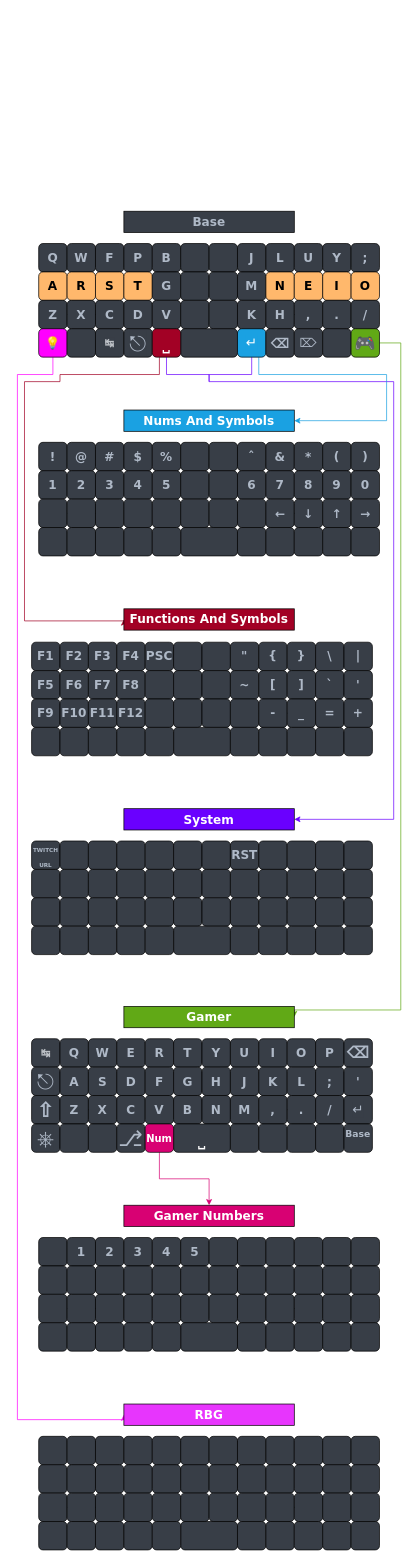
joaopedropio/joaopedropio.github.io keeps this draw.io diagram as bm40_layout_diagram.drawio. Above is the earlier version. Source tidied: cells renumbered, new cells numbered last; positions are measured from the earlier drawing's top-left corner, leaving out a move shared by most shapes. Both pictures are drawn from the tidied source at 71%, with x=0, y=0 at pixel (-523, 211).
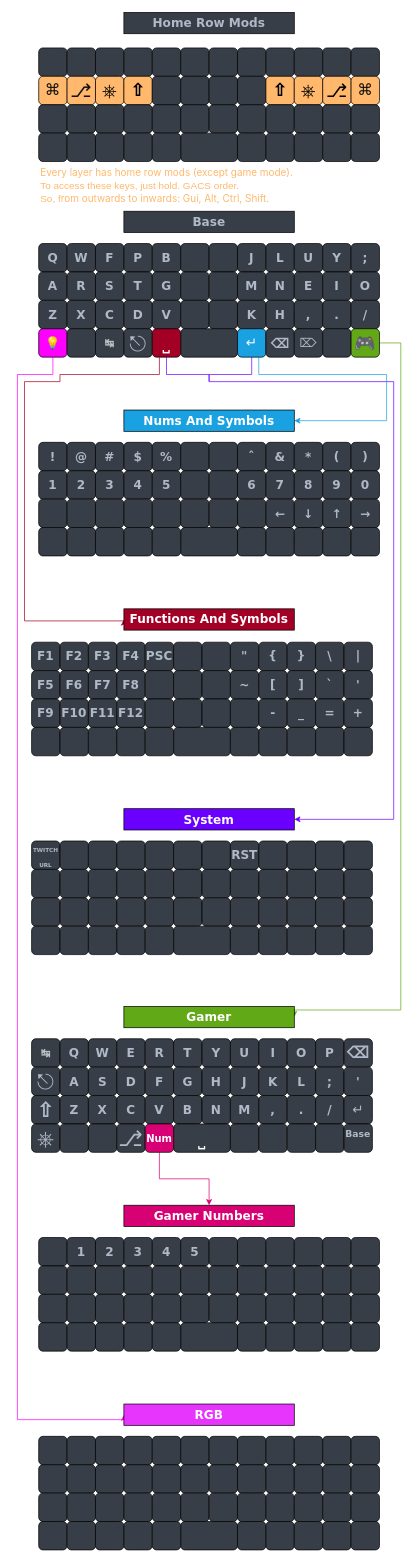
After the change.

The edit, as a diff of the source:
```diff
@@
-    <mxCell id="10" value="A" style="whiteSpace=wrap;html=1;fontSize=17;fontFamily=Verdana;fontStyle=1;fontColor=#000000;fillColor=#ffb86c;rounded=1;" parent="1" vertex="1">
+    <mxCell id="10" value="A" style="whiteSpace=wrap;html=1;fontSize=17;fontFamily=Verdana;fontStyle=1;fontColor=#afb9c7;fillColor=#383e47;rounded=1;" parent="1" vertex="1">
       <mxGeometry x="790" y="85.5" width="40" height="40" as="geometry" />
     </mxCell>
-    <mxCell id="11" value="R" style="whiteSpace=wrap;html=1;fontSize=17;fontFamily=Verdana;fontStyle=1;fontColor=#000000;fillColor=#ffb86c;rounded=1;" parent="1" vertex="1">
+    <mxCell id="11" value="R" style="whiteSpace=wrap;html=1;fontSize=17;fontFamily=Verdana;fontStyle=1;fontColor=#afb9c7;fillColor=#383e47;rounded=1;" parent="1" vertex="1">
       <mxGeometry x="830" y="85.5" width="40" height="40" as="geometry" />
     </mxCell>
-    <mxCell id="12" value="S" style="whiteSpace=wrap;html=1;fontSize=17;fontFamily=Verdana;fontStyle=1;fontColor=#000000;fillColor=#ffb86c;rounded=1;" parent="1" vertex="1">
+    <mxCell id="12" value="S" style="whiteSpace=wrap;html=1;fontSize=17;fontFamily=Verdana;fontStyle=1;fontColor=#afb9c7;fillColor=#383e47;rounded=1;" parent="1" vertex="1">
       <mxGeometry x="870" y="85.5" width="40" height="40" as="geometry" />
     </mxCell>
-    <mxCell id="13" value="T" style="whiteSpace=wrap;html=1;fontSize=17;fontFamily=Verdana;fontStyle=1;fontColor=#000000;fillColor=#ffb86c;rounded=1;" parent="1" vertex="1">
+    <mxCell id="13" value="T" style="whiteSpace=wrap;html=1;fontSize=17;fontFamily=Verdana;fontStyle=1;fontColor=#afb9c7;fillColor=#383e47;rounded=1;" parent="1" vertex="1">
       <mxGeometry x="910" y="85.5" width="40" height="40" as="geometry" />
     </mxCell>
@@
-    <mxCell id="45" value="N" style="whiteSpace=wrap;html=1;fontSize=17;fontFamily=Verdana;fontStyle=1;fontColor=#000000;fillColor=#ffb86c;rounded=1;" parent="1" vertex="1">
+    <mxCell id="45" value="N" style="whiteSpace=wrap;html=1;fontSize=17;fontFamily=Verdana;fontStyle=1;fontColor=#afb9c7;fillColor=#383e47;rounded=1;" parent="1" vertex="1">
       <mxGeometry x="1110" y="85.5" width="40" height="40" as="geometry" />
     </mxCell>
-    <mxCell id="46" value="E" style="whiteSpace=wrap;html=1;fontSize=17;fontFamily=Verdana;fontStyle=1;fontColor=#000000;fillColor=#ffb86c;rounded=1;" parent="1" vertex="1">
+    <mxCell id="46" value="E" style="whiteSpace=wrap;html=1;fontSize=17;fontFamily=Verdana;fontStyle=1;fontColor=#afb9c7;fillColor=#383e47;rounded=1;" parent="1" vertex="1">
       <mxGeometry x="1150" y="85.5" width="40" height="40" as="geometry" />
     </mxCell>
-    <mxCell id="47" value="I" style="whiteSpace=wrap;html=1;fontSize=17;fontFamily=Verdana;fontStyle=1;fontColor=#000000;fillColor=#ffb86c;rounded=1;" parent="1" vertex="1">
+    <mxCell id="47" value="I" style="whiteSpace=wrap;html=1;fontSize=17;fontFamily=Verdana;fontStyle=1;fontColor=#afb9c7;fillColor=#383e47;rounded=1;" parent="1" vertex="1">
       <mxGeometry x="1190" y="85.5" width="40" height="40" as="geometry" />
     </mxCell>
-    <mxCell id="48" value="O" style="whiteSpace=wrap;html=1;fontSize=17;fontFamily=Verdana;fontStyle=1;fontColor=#000000;fillColor=#ffb86c;rounded=1;" parent="1" vertex="1">
+    <mxCell id="48" value="O" style="whiteSpace=wrap;html=1;fontSize=17;fontFamily=Verdana;fontStyle=1;fontColor=#afb9c7;fillColor=#383e47;rounded=1;" parent="1" vertex="1">
       <mxGeometry x="1230" y="85.5" width="40" height="40" as="geometry" />
     </mxCell>
@@
-    <mxCell id="331" value="&lt;b&gt;&lt;font color=&quot;#ffffff&quot;&gt;RBG&lt;/font&gt;&lt;/b&gt;" style="rounded=0;whiteSpace=wrap;html=1;fontFamily=Verdana;fontSize=17;fontColor=#AFB9C7;fillColor=#e735fd;" parent="1" vertex="1">
+    <mxCell id="331" value="&lt;b&gt;&lt;font color=&quot;#ffffff&quot;&gt;RGB&lt;/font&gt;&lt;/b&gt;" style="rounded=0;whiteSpace=wrap;html=1;fontFamily=Verdana;fontSize=17;fontColor=#AFB9C7;fillColor=#e735fd;" parent="1" vertex="1">
       <mxGeometry x="910" y="1680" width="240" height="30" as="geometry" />
     </mxCell>
@@
+    <mxCell id="365" style="whiteSpace=wrap;html=1;fontSize=17;fontFamily=Verdana;fontStyle=1;fontColor=#AFB9C7;fillColor=#383E47;rounded=1;" parent="1" vertex="1">
+      <mxGeometry x="790" y="-230" width="40" height="40" as="geometry" />
+    </mxCell>
+    <mxCell id="366" style="whiteSpace=wrap;html=1;fontSize=17;fontFamily=Verdana;fontStyle=1;fontColor=#AFB9C7;fillColor=#383E47;rounded=1;" parent="1" vertex="1">
+      <mxGeometry x="830" y="-230" width="40" height="40" as="geometry" />
+    </mxCell>
+    <mxCell id="367" style="whiteSpace=wrap;html=1;fontSize=17;fontFamily=Verdana;fontStyle=1;fontColor=#AFB9C7;fillColor=#383E47;rounded=1;" parent="1" vertex="1">
+      <mxGeometry x="870" y="-230" width="40" height="40" as="geometry" />
+    </mxCell>
+    <mxCell id="368" style="whiteSpace=wrap;html=1;fontSize=17;fontFamily=Verdana;fontStyle=1;fontColor=#AFB9C7;fillColor=#383E47;rounded=1;" parent="1" vertex="1">
+      <mxGeometry x="910" y="-230" width="40" height="40" as="geometry" />
+    </mxCell>
+    <mxCell id="369" style="whiteSpace=wrap;html=1;fontSize=17;fontFamily=Verdana;fontStyle=1;fontColor=#AFB9C7;fillColor=#383E47;rounded=1;" parent="1" vertex="1">
+      <mxGeometry x="950" y="-230" width="40" height="40" as="geometry" />
+    </mxCell>
+    <mxCell id="370" value="&lt;span style=&quot;color: rgb(17, 17, 17); font-family: u2000; font-weight: 400; text-align: start;&quot;&gt;&lt;font style=&quot;font-size: 22px;&quot;&gt;⌘&lt;/font&gt;&lt;/span&gt;" style="whiteSpace=wrap;html=1;fontSize=17;fontFamily=Verdana;fontStyle=1;fontColor=#AFB9C7;fillColor=#ffb86c;rounded=1;" parent="1" vertex="1">
+      <mxGeometry x="790" y="-190" width="40" height="40" as="geometry" />
+    </mxCell>
+    <mxCell id="371" value="&lt;span style=&quot;font-family: &amp;quot;Segoe UI Symbol&amp;quot;, &amp;quot;Apple Symbols&amp;quot;, &amp;quot;Segoe UI Emoji&amp;quot;, &amp;quot;Apple Color Emoji&amp;quot;, &amp;quot;Noto Color Emoji&amp;quot;; font-weight: 400; text-align: start; background-color: rgb(255, 184, 108);&quot;&gt;&lt;font style=&quot;font-size: 26px;&quot; color=&quot;#111111&quot;&gt;⎇&lt;/font&gt;&lt;/span&gt;" style="whiteSpace=wrap;html=1;fontSize=17;fontFamily=Verdana;fontStyle=1;fontColor=#AFB9C7;fillColor=#ffb86c;rounded=1;" parent="1" vertex="1">
+      <mxGeometry x="830" y="-190" width="40" height="40" as="geometry" />
+    </mxCell>
+    <mxCell id="372" value="&lt;span style=&quot;font-family: &amp;quot;Segoe UI Symbol&amp;quot;, &amp;quot;Apple Symbols&amp;quot;, &amp;quot;Segoe UI Emoji&amp;quot;, &amp;quot;Apple Color Emoji&amp;quot;, &amp;quot;Noto Color Emoji&amp;quot;; font-weight: 400; text-align: start; background-color: rgb(255, 184, 108);&quot;&gt;&lt;font style=&quot;font-size: 26px;&quot; color=&quot;#000000&quot;&gt;⎈&lt;/font&gt;&lt;/span&gt;" style="whiteSpace=wrap;html=1;fontSize=17;fontFamily=Verdana;fontStyle=1;fontColor=#AFB9C7;fillColor=#ffb86c;rounded=1;" parent="1" vertex="1">
+      <mxGeometry x="870" y="-190" width="40" height="40" as="geometry" />
+    </mxCell>
+    <mxCell id="373" value="&lt;span style=&quot;font-family: &amp;quot;segoe ui emoji&amp;quot;, &amp;quot;apple color emoji&amp;quot;, &amp;quot;noto color emoji&amp;quot;;&quot;&gt;&lt;font style=&quot;font-size: 24px;&quot; color=&quot;#000000&quot;&gt;⇧&lt;/font&gt;&lt;/span&gt;" style="whiteSpace=wrap;html=1;fontSize=17;fontFamily=Verdana;fontStyle=1;fontColor=#AFB9C7;fillColor=#ffb86c;rounded=1;" parent="1" vertex="1">
+      <mxGeometry x="910" y="-190" width="40" height="40" as="geometry" />
+    </mxCell>
+    <mxCell id="374" style="whiteSpace=wrap;html=1;fontSize=17;fontFamily=Verdana;fontStyle=1;fontColor=#AFB9C7;fillColor=#383E47;rounded=1;" parent="1" vertex="1">
+      <mxGeometry x="950" y="-190" width="40" height="40" as="geometry" />
+    </mxCell>
+    <mxCell id="375" style="edgeStyle=orthogonalEdgeStyle;rounded=0;jettySize=auto;html=1;entryX=0.5;entryY=0.5;entryDx=0;entryDy=0;entryPerimeter=0;" parent="1" edge="1" source="376" target="378">
+      <mxGeometry relative="1" as="geometry" />
+    </mxCell>
+    <mxCell id="376" style="whiteSpace=wrap;html=1;fontSize=17;fontFamily=Verdana;fontStyle=1;fontColor=#AFB9C7;fillColor=#383E47;rounded=1;" parent="1" vertex="1">
+      <mxGeometry x="790" y="-150" width="40" height="40" as="geometry" />
+    </mxCell>
+    <mxCell id="377" style="whiteSpace=wrap;html=1;fontSize=17;fontFamily=Verdana;fontStyle=1;fontColor=#AFB9C7;fillColor=#383E47;rounded=1;" parent="1" vertex="1">
+      <mxGeometry x="830" y="-150" width="40" height="40" as="geometry" />
+    </mxCell>
+    <mxCell id="378" style="whiteSpace=wrap;html=1;fontSize=17;fontFamily=Verdana;fontStyle=1;fontColor=#AFB9C7;fillColor=#383E47;rounded=1;" parent="1" vertex="1">
+      <mxGeometry x="870" y="-150" width="40" height="40" as="geometry" />
+    </mxCell>
+    <mxCell id="379" style="whiteSpace=wrap;html=1;fontSize=17;fontFamily=Verdana;fontStyle=1;fontColor=#AFB9C7;fillColor=#383E47;rounded=1;" parent="1" vertex="1">
+      <mxGeometry x="910" y="-150" width="40" height="40" as="geometry" />
+    </mxCell>
+    <mxCell id="380" style="whiteSpace=wrap;html=1;fontSize=17;fontFamily=Verdana;fontStyle=1;fontColor=#AFB9C7;fillColor=#383E47;rounded=1;" parent="1" vertex="1">
+      <mxGeometry x="950" y="-150" width="40" height="40" as="geometry" />
+    </mxCell>
+    <mxCell id="381" style="whiteSpace=wrap;html=1;fontSize=17;fontFamily=Verdana;fontStyle=1;fontColor=#AFB9C7;fillColor=#383E47;rounded=1;" parent="1" vertex="1">
+      <mxGeometry x="990" y="-230" width="40" height="40" as="geometry" />
+    </mxCell>
+    <mxCell id="382" style="whiteSpace=wrap;html=1;fontSize=17;fontFamily=Verdana;fontStyle=1;fontColor=#AFB9C7;fillColor=#383E47;rounded=1;" parent="1" vertex="1">
+      <mxGeometry x="1030" y="-230" width="40" height="40" as="geometry" />
+    </mxCell>
+    <mxCell id="383" style="whiteSpace=wrap;html=1;fontSize=17;fontFamily=Verdana;fontStyle=1;fontColor=#AFB9C7;fillColor=#383E47;rounded=1;" parent="1" vertex="1">
+      <mxGeometry x="990" y="-190" width="40" height="40" as="geometry" />
+    </mxCell>
+    <mxCell id="384" style="whiteSpace=wrap;html=1;fontSize=17;fontFamily=Verdana;fontStyle=1;fontColor=#AFB9C7;fillColor=#383E47;rounded=1;" parent="1" vertex="1">
+      <mxGeometry x="1030" y="-190" width="40" height="40" as="geometry" />
+    </mxCell>
+    <mxCell id="385" style="whiteSpace=wrap;html=1;fontSize=17;fontFamily=Verdana;fontStyle=1;fontColor=#AFB9C7;fillColor=#383E47;rounded=1;" parent="1" vertex="1">
+      <mxGeometry x="990" y="-150" width="40" height="40" as="geometry" />
+    </mxCell>
+    <mxCell id="386" style="whiteSpace=wrap;html=1;fontSize=17;fontFamily=Verdana;fontStyle=1;fontColor=#AFB9C7;fillColor=#383E47;rounded=1;" parent="1" vertex="1">
+      <mxGeometry x="1030" y="-150" width="40" height="40" as="geometry" />
+    </mxCell>
+    <mxCell id="387" style="rounded=1;whiteSpace=wrap;html=1;fillColor=#383e47;" parent="1" vertex="1">
+      <mxGeometry x="990" y="-110" width="80" height="40" as="geometry" />
+    </mxCell>
+    <mxCell id="388" style="whiteSpace=wrap;html=1;fontSize=17;fontFamily=Verdana;fontStyle=1;fontColor=#AFB9C7;fillColor=#383E47;rounded=1;" parent="1" vertex="1">
+      <mxGeometry x="790" y="-110" width="40" height="40" as="geometry" />
+    </mxCell>
+    <mxCell id="389" style="whiteSpace=wrap;html=1;fontSize=17;fontFamily=Verdana;fontStyle=1;fontColor=#AFB9C7;fillColor=#383E47;rounded=1;" parent="1" vertex="1">
+      <mxGeometry x="830" y="-110" width="40" height="40" as="geometry" />
+    </mxCell>
+    <mxCell id="390" style="whiteSpace=wrap;html=1;fontSize=17;fontFamily=Verdana;fontStyle=1;fontColor=#AFB9C7;fillColor=#383E47;rounded=1;" parent="1" vertex="1">
+      <mxGeometry x="870" y="-110" width="40" height="40" as="geometry" />
+    </mxCell>
+    <mxCell id="391" style="whiteSpace=wrap;html=1;fontSize=17;fontFamily=Verdana;fontStyle=1;fontColor=#AFB9C7;fillColor=#383E47;rounded=1;" parent="1" vertex="1">
+      <mxGeometry x="910" y="-110" width="40" height="40" as="geometry" />
+    </mxCell>
+    <mxCell id="392" style="whiteSpace=wrap;html=1;fontSize=17;fontFamily=Verdana;fontStyle=1;fontColor=#FFFFFF;fillColor=#383e47;rounded=1;" parent="1" vertex="1">
+      <mxGeometry x="950" y="-110" width="40" height="40" as="geometry" />
+    </mxCell>
+    <mxCell id="393" style="whiteSpace=wrap;html=1;fontSize=17;fontFamily=Verdana;fontStyle=1;fontColor=#AFB9C7;fillColor=#383E47;rounded=1;" parent="1" vertex="1">
+      <mxGeometry x="1070" y="-230" width="40" height="40" as="geometry" />
+    </mxCell>
+    <mxCell id="394" style="whiteSpace=wrap;html=1;fontSize=17;fontFamily=Verdana;fontStyle=1;fontColor=#AFB9C7;fillColor=#383E47;rounded=1;" parent="1" vertex="1">
+      <mxGeometry x="1110" y="-230" width="40" height="40" as="geometry" />
+    </mxCell>
+    <mxCell id="395" style="whiteSpace=wrap;html=1;fontSize=17;fontFamily=Verdana;fontStyle=1;fontColor=#AFB9C7;fillColor=#383E47;rounded=1;" parent="1" vertex="1">
+      <mxGeometry x="1150" y="-230" width="40" height="40" as="geometry" />
+    </mxCell>
+    <mxCell id="396" style="whiteSpace=wrap;html=1;fontSize=17;fontFamily=Verdana;fontStyle=1;fontColor=#AFB9C7;fillColor=#383E47;rounded=1;" parent="1" vertex="1">
+      <mxGeometry x="1190" y="-230" width="40" height="40" as="geometry" />
+    </mxCell>
+    <mxCell id="397" style="whiteSpace=wrap;html=1;fontSize=17;fontFamily=Verdana;fontStyle=1;fontColor=#AFB9C7;fillColor=#383E47;rounded=1;" parent="1" vertex="1">
+      <mxGeometry x="1230" y="-230" width="40" height="40" as="geometry" />
+    </mxCell>
+    <mxCell id="398" style="whiteSpace=wrap;html=1;fontSize=17;fontFamily=Verdana;fontStyle=1;fontColor=#AFB9C7;fillColor=#383E47;rounded=1;" parent="1" vertex="1">
+      <mxGeometry x="1070" y="-190" width="40" height="40" as="geometry" />
+    </mxCell>
+    <mxCell id="399" value="&lt;span style=&quot;font-family: &amp;quot;segoe ui emoji&amp;quot;, &amp;quot;apple color emoji&amp;quot;, &amp;quot;noto color emoji&amp;quot;;&quot;&gt;&lt;font style=&quot;font-size: 24px;&quot; color=&quot;#000000&quot;&gt;⇧&lt;/font&gt;&lt;/span&gt;" style="whiteSpace=wrap;html=1;fontSize=17;fontFamily=Verdana;fontStyle=1;fontColor=#AFB9C7;fillColor=#ffb86c;rounded=1;" parent="1" vertex="1">
+      <mxGeometry x="1110" y="-190" width="40" height="40" as="geometry" />
+    </mxCell>
+    <mxCell id="400" value="&lt;span style=&quot;font-family: &amp;quot;Segoe UI Symbol&amp;quot;, &amp;quot;Apple Symbols&amp;quot;, &amp;quot;Segoe UI Emoji&amp;quot;, &amp;quot;Apple Color Emoji&amp;quot;, &amp;quot;Noto Color Emoji&amp;quot;; font-weight: 400; text-align: start; background-color: rgb(255, 184, 108);&quot;&gt;&lt;font style=&quot;font-size: 26px;&quot; color=&quot;#000000&quot;&gt;⎈&lt;/font&gt;&lt;/span&gt;" style="whiteSpace=wrap;html=1;fontSize=17;fontFamily=Verdana;fontStyle=1;fontColor=#AFB9C7;fillColor=#ffb86c;rounded=1;" parent="1" vertex="1">
+      <mxGeometry x="1150" y="-190" width="40" height="40" as="geometry" />
+    </mxCell>
+    <mxCell id="401" value="&lt;span style=&quot;font-family: &amp;quot;Segoe UI Symbol&amp;quot;, &amp;quot;Apple Symbols&amp;quot;, &amp;quot;Segoe UI Emoji&amp;quot;, &amp;quot;Apple Color Emoji&amp;quot;, &amp;quot;Noto Color Emoji&amp;quot;; font-weight: 400; text-align: start; background-color: rgb(255, 184, 108);&quot;&gt;&lt;font style=&quot;font-size: 26px;&quot; color=&quot;#000000&quot;&gt;⎇&lt;/font&gt;&lt;/span&gt;" style="whiteSpace=wrap;html=1;fontSize=17;fontFamily=Verdana;fontStyle=1;fontColor=#AFB9C7;fillColor=#ffb86c;rounded=1;" parent="1" vertex="1">
+      <mxGeometry x="1190" y="-190" width="40" height="40" as="geometry" />
+    </mxCell>
+    <mxCell id="402" value="&lt;span style=&quot;color: rgb(17, 17, 17); font-family: u2000; font-weight: 400; text-align: start;&quot;&gt;&lt;font style=&quot;font-size: 22px;&quot;&gt;⌘&lt;/font&gt;&lt;/span&gt;" style="whiteSpace=wrap;html=1;fontSize=17;fontFamily=Verdana;fontStyle=1;fontColor=#AFB9C7;fillColor=#ffb86c;rounded=1;" parent="1" vertex="1">
+      <mxGeometry x="1230" y="-190" width="40" height="40" as="geometry" />
+    </mxCell>
+    <mxCell id="403" style="edgeStyle=orthogonalEdgeStyle;rounded=0;jettySize=auto;html=1;entryX=0.5;entryY=0.5;entryDx=0;entryDy=0;entryPerimeter=0;" parent="1" edge="1" source="404" target="406">
+      <mxGeometry relative="1" as="geometry" />
+    </mxCell>
+    <mxCell id="404" style="whiteSpace=wrap;html=1;fontSize=17;fontFamily=Verdana;fontStyle=1;fontColor=#AFB9C7;fillColor=#383E47;rounded=1;" parent="1" vertex="1">
+      <mxGeometry x="1070" y="-150" width="40" height="40" as="geometry" />
+    </mxCell>
+    <mxCell id="405" style="whiteSpace=wrap;html=1;fontSize=17;fontFamily=Verdana;fontStyle=1;fontColor=#AFB9C7;fillColor=#383E47;rounded=1;" parent="1" vertex="1">
+      <mxGeometry x="1110" y="-150" width="40" height="40" as="geometry" />
+    </mxCell>
+    <mxCell id="406" style="whiteSpace=wrap;html=1;fontSize=17;fontFamily=Verdana;fontStyle=1;fontColor=#AFB9C7;fillColor=#383E47;rounded=1;" parent="1" vertex="1">
+      <mxGeometry x="1150" y="-150" width="40" height="40" as="geometry" />
+    </mxCell>
+    <mxCell id="407" style="whiteSpace=wrap;html=1;fontSize=17;fontFamily=Verdana;fontStyle=1;fontColor=#AFB9C7;fillColor=#383E47;rounded=1;" parent="1" vertex="1">
+      <mxGeometry x="1190" y="-150" width="40" height="40" as="geometry" />
+    </mxCell>
+    <mxCell id="408" style="whiteSpace=wrap;html=1;fontSize=17;fontFamily=Verdana;fontStyle=1;fontColor=#AFB9C7;fillColor=#383E47;rounded=1;" parent="1" vertex="1">
+      <mxGeometry x="1230" y="-150" width="40" height="40" as="geometry" />
+    </mxCell>
+    <mxCell id="409" style="whiteSpace=wrap;html=1;fontSize=17;fontFamily=Verdana;fontStyle=1;fontColor=#AFB9C7;fillColor=#383E47;rounded=1;" parent="1" vertex="1">
+      <mxGeometry x="1070" y="-110" width="40" height="40" as="geometry" />
+    </mxCell>
+    <mxCell id="410" style="whiteSpace=wrap;html=1;fontSize=17;fontFamily=Verdana;fontStyle=1;fontColor=#AFB9C7;fillColor=#383E47;rounded=1;" parent="1" vertex="1">
+      <mxGeometry x="1110" y="-110" width="40" height="40" as="geometry" />
+    </mxCell>
+    <mxCell id="411" style="whiteSpace=wrap;html=1;fontSize=17;fontFamily=Verdana;fontStyle=1;fontColor=#AFB9C7;fillColor=#383E47;rounded=1;" parent="1" vertex="1">
+      <mxGeometry x="1150" y="-110" width="40" height="40" as="geometry" />
+    </mxCell>
+    <mxCell id="412" style="whiteSpace=wrap;html=1;fontSize=17;fontFamily=Verdana;fontStyle=1;fontColor=#AFB9C7;fillColor=#383E47;rounded=1;" parent="1" vertex="1">
+      <mxGeometry x="1190" y="-110" width="40" height="40" as="geometry" />
+    </mxCell>
+    <mxCell id="413" style="whiteSpace=wrap;html=1;fontSize=17;fontFamily=Verdana;fontStyle=1;fontColor=#AFB9C7;fillColor=#383E47;rounded=1;" parent="1" vertex="1">
+      <mxGeometry x="1230" y="-110" width="40" height="40" as="geometry" />
+    </mxCell>
+    <mxCell id="414" value="&lt;b style=&quot;border-color: var(--border-color);&quot;&gt;Home Row Mods&lt;/b&gt;" style="rounded=0;whiteSpace=wrap;html=1;fontFamily=Verdana;fontSize=17;fontColor=#AFB9C7;fillColor=#383E47;" parent="1" vertex="1">
+      <mxGeometry x="910" y="-280" width="240" height="30" as="geometry" />
+    </mxCell>
+    <mxCell id="415" value="&lt;p style=&quot;text-align: left; line-height: 130%; font-size: 14px;&quot;&gt;&lt;font style=&quot;font-size: 14px;&quot; color=&quot;#ffb86c&quot;&gt;&lt;font style=&quot;font-size: 14px;&quot; face=&quot;-apple-system, system-ui, Segoe UI, Noto Sans, Helvetica, Arial, sans-serif, Apple Color Emoji, Segoe UI Emoji&quot;&gt;Every layer has home row mods (except game mode).&lt;br&gt;&lt;/font&gt;&lt;/font&gt;&lt;font style=&quot;background-color: initial; font-size: 14px;&quot; color=&quot;#ffb86c&quot;&gt;To access these keys, just hold. GACS order.&lt;br&gt;&lt;/font&gt;&lt;span style=&quot;background-color: initial;&quot;&gt;&lt;font style=&quot;font-size: 14px;&quot; color=&quot;#ffb86c&quot;&gt;So, f&lt;/font&gt;&lt;/span&gt;&lt;font style=&quot;background-color: initial; color: rgb(255, 184, 108); font-size: 14px;&quot; face=&quot;-apple-system, system-ui, Segoe UI, Noto Sans, Helvetica, Arial, sans-serif, Apple Color Emoji, Segoe UI Emoji&quot; color=&quot;#ffb86c&quot;&gt;rom outwards to inwards: Gui, Alt, Ctrl, Shift.&lt;/font&gt;&lt;/p&gt;&lt;p&gt;&lt;/p&gt;" style="text;html=1;align=center;verticalAlign=middle;strokeColor=none;fillColor=none;fontSize=26;fontColor=#000000;spacing=0;" parent="1" vertex="1">
+      <mxGeometry x="790" y="-80" width="360" height="100" as="geometry" />
+    </mxCell>
```
